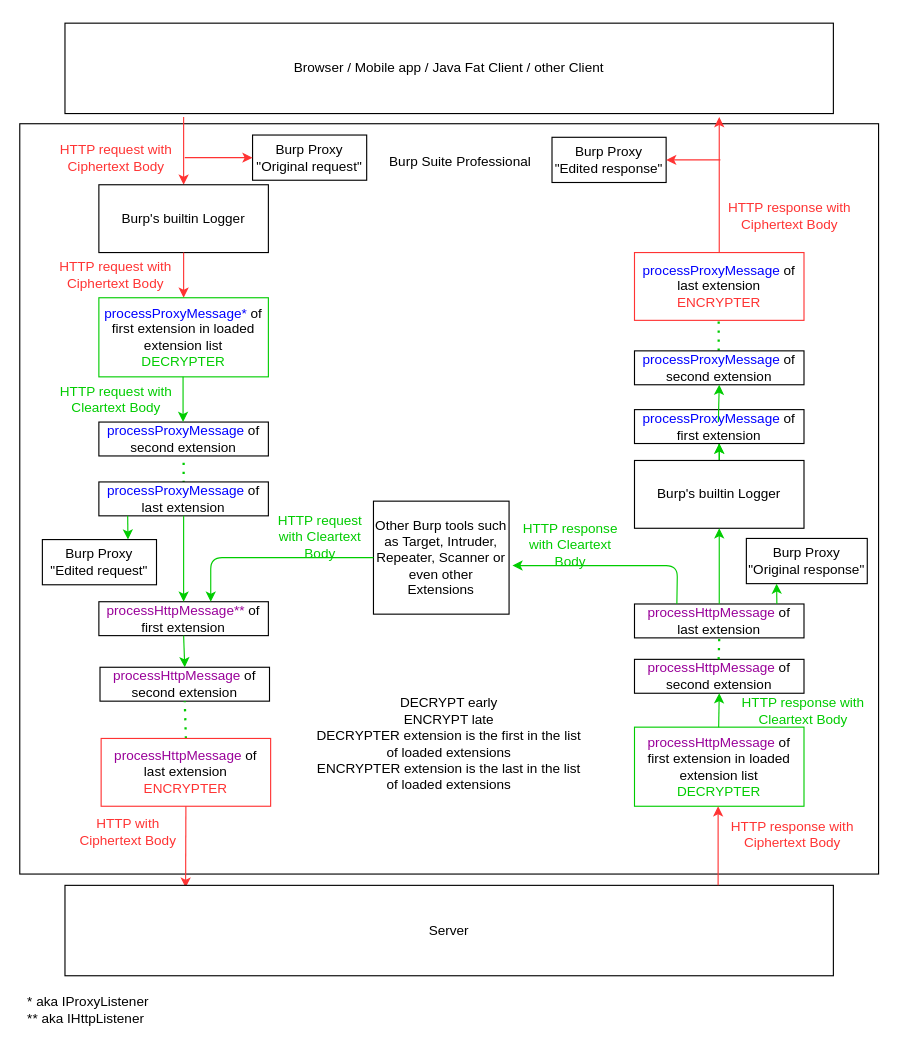
Earlier version of the draw.io diagram burp_processing_diagram.drawio (pentagridsec/PentagridBurpTransportEncoding). Source tidied: cells renumbered, new cells numbered last; positions are measured from the earlier drawing's top-left corner, leaving out a move shared by most shapes. Both pictures are drawn from the tidied source at 113%, with x=0, y=0 at pixel (19, 23).
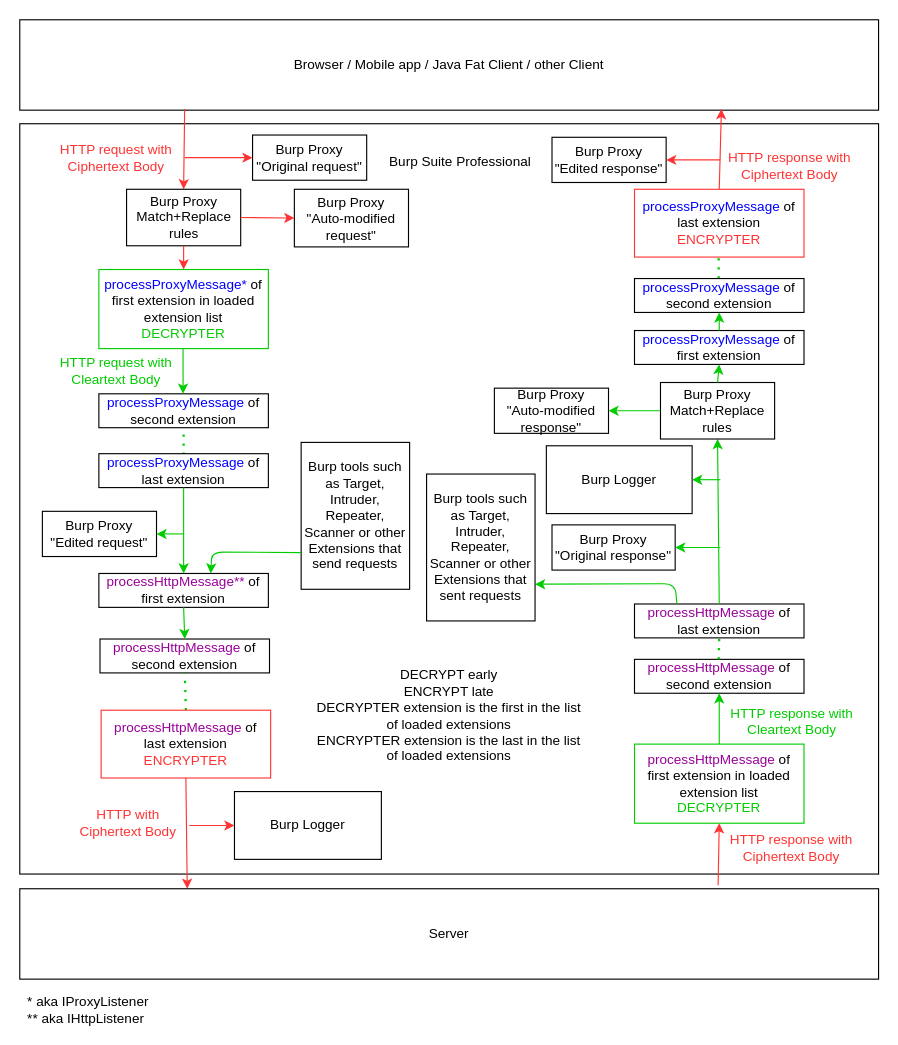
The same diagram, later.

Unchanged cells that the change refers to:
```xml
<mxCell id="31" value="&lt;div&gt;&lt;font color=&quot;#990099&quot;&gt;processHttpMessage&lt;/font&gt; of second extension&lt;br&gt;&lt;/div&gt;" style="rounded=0;whiteSpace=wrap;html=1;" parent="1" vertex="1">
  <mxGeometry x="544" y="563" width="150" height="30" as="geometry" />
</mxCell>
<mxCell id="34" value="&lt;div&gt;&lt;font color=&quot;#990099&quot;&gt;processHttpMessage&lt;/font&gt; of last extension&lt;br&gt;&lt;/div&gt;" style="rounded=0;whiteSpace=wrap;html=1;" parent="1" vertex="1">
  <mxGeometry x="544" y="514" width="150" height="30" as="geometry" />
</mxCell>
```

What changed in the source:
```diff
@@
     <mxCell id="3" value="Browser / Mobile app / Java Fat Client / other Client" style="rounded=0;whiteSpace=wrap;html=1;" parent="1" vertex="1">
-      <mxGeometry x="40" width="680" height="80" as="geometry" />
+      <mxGeometry y="-3" width="760" height="80" as="geometry" />
     </mxCell>
-    <mxCell id="4" style="endArrow=classic;html=1;fillColor=#f8cecc;strokeColor=#FF3333;entryX=0.5;entryY=0;entryDx=0;entryDy=0;" parent="1" edge="1" target="6">
-      <mxGeometry relative="1" as="geometry">
-        <mxPoint x="145" y="83" as="sourcePoint" />
-      </mxGeometry>
+    <mxCell id="4" style="endArrow=classic;html=1;fillColor=#f8cecc;strokeColor=#FF3333;entryX=0.5;entryY=0;entryDx=0;entryDy=0;exitX=0.192;exitY=0.988;exitDx=0;exitDy=0;exitPerimeter=0;" parent="1" edge="1" source="3" target="64">
+      <mxGeometry relative="1" as="geometry" />
     </mxCell>
@@
-    <mxCell id="6" value="Burp's builtin Logger" style="rounded=0;whiteSpace=wrap;html=1;" parent="1" vertex="1">
-      <mxGeometry x="70" y="143" width="150" height="60" as="geometry" />
-    </mxCell>
-    <mxCell id="7" style="endArrow=classic;html=1;fontColor=#FF3333;strokeColor=#FF3333;exitX=0.5;exitY=1;exitDx=0;exitDy=0;entryX=0.5;entryY=0;entryDx=0;entryDy=0;" parent="1" edge="1" source="6" target="8">
-      <mxGeometry relative="1" as="geometry" />
-    </mxCell>
     <mxCell id="8" value="&lt;div&gt;&lt;font color=&quot;#0000FF&quot;&gt;processProxyMessage*&lt;/font&gt; of first extension in loaded extension list&lt;/div&gt;&lt;div&gt;&lt;font color=&quot;#00CC00&quot;&gt;DECRYPTER&lt;/font&gt;&lt;br&gt;&lt;/div&gt;" style="rounded=0;whiteSpace=wrap;html=1;strokeColor=#00CC00;" parent="1" vertex="1">
-      <mxGeometry x="70" y="243" width="150" height="70" as="geometry" />
+      <mxGeometry x="70" y="218" width="150" height="70" as="geometry" />
     </mxCell>
     <mxCell id="9" value="&lt;div&gt;&lt;font color=&quot;#0000FF&quot;&gt;processProxyMessage&lt;/font&gt; of second extension&lt;br&gt;&lt;/div&gt;" style="rounded=0;whiteSpace=wrap;html=1;" parent="1" vertex="1">
-      <mxGeometry x="70" y="353" width="150" height="30" as="geometry" />
+      <mxGeometry x="70" y="328" width="150" height="30" as="geometry" />
     </mxCell>
     <mxCell id="10" value="HTTP request with Cleartext Body" style="text;html=1;strokeColor=none;fillColor=none;align=center;verticalAlign=middle;whiteSpace=wrap;rounded=0;fontColor=#00CC00;" parent="1" vertex="1">
-      <mxGeometry x="30" y="323" width="111" height="20" as="geometry" />
+      <mxGeometry x="30" y="298" width="111" height="20" as="geometry" />
     </mxCell>
     <mxCell id="11" style="endArrow=classic;html=1;exitX=0.5;exitY=1;exitDx=0;exitDy=0;entryX=0.5;entryY=0;entryDx=0;entryDy=0;fontColor=#00CC00;strokeColor=#00CC00;" parent="1" edge="1">
       <mxGeometry relative="1" as="geometry">
-        <mxPoint x="144.5" y="313" as="sourcePoint" />
-        <mxPoint x="144.5" y="353" as="targetPoint" />
+        <mxPoint x="144.5" y="288" as="sourcePoint" />
+        <mxPoint x="144.5" y="328" as="targetPoint" />
       </mxGeometry>
     </mxCell>
     <mxCell id="12" style="endArrow=none;dashed=1;html=1;dashPattern=1 3;strokeWidth=2;fontColor=#00CC00;entryX=0.5;entryY=1;entryDx=0;entryDy=0;strokeColor=#00CC00;" parent="1" edge="1" target="9">
       <mxGeometry relative="1" as="geometry">
-        <mxPoint x="145" y="423" as="sourcePoint" />
+        <mxPoint x="145" y="398" as="sourcePoint" />
       </mxGeometry>
     </mxCell>
     <mxCell id="13" value="&lt;div&gt;&lt;font color=&quot;#0000FF&quot;&gt;processProxyMessage&lt;/font&gt; of last extension&lt;br&gt;&lt;/div&gt;" style="rounded=0;whiteSpace=wrap;html=1;" parent="1" vertex="1">
-      <mxGeometry x="70" y="406" width="150" height="30" as="geometry" />
+      <mxGeometry x="70" y="381" width="150" height="30" as="geometry" />
     </mxCell>
-    <mxCell id="14" value="Other Burp tools such as Target, Intruder, Repeater, Scanner or even other Extensions" style="rounded=0;whiteSpace=wrap;html=1;" parent="1" vertex="1">
-      <mxGeometry x="313" y="423" width="120" height="100" as="geometry" />
+    <mxCell id="14" value="Burp tools such as Target, Intruder, Repeater, Scanner or other Extensions that send requests" style="rounded=0;whiteSpace=wrap;html=1;" parent="1" vertex="1">
+      <mxGeometry x="249" y="371" width="96" height="130" as="geometry" />
     </mxCell>
@@
     <mxCell id="16" value="&lt;div&gt;&lt;font color=&quot;#990099&quot;&gt;processHttpMessage**&lt;/font&gt; of first extension&lt;br&gt;&lt;/div&gt;" style="rounded=0;whiteSpace=wrap;html=1;" parent="1" vertex="1">
-      <mxGeometry x="70" y="512" width="150" height="30" as="geometry" />
+      <mxGeometry x="70" y="487" width="150" height="30" as="geometry" />
     </mxCell>
@@
-    <mxCell id="18" value="HTTP request with Cleartext Body" style="text;html=1;strokeColor=none;fillColor=none;align=center;verticalAlign=middle;whiteSpace=wrap;rounded=0;fontColor=#00CC00;" parent="1" vertex="1">
-      <mxGeometry x="221" y="445" width="90" height="20" as="geometry" />
-    </mxCell>
-    <mxCell id="19" style="endArrow=classic;html=1;fontColor=#000000;strokeColor=#00CC00;entryX=0.66;entryY=0;entryDx=0;entryDy=0;entryPerimeter=0;exitX=0;exitY=0.5;exitDx=0;exitDy=0;" parent="1" edge="1" source="14" target="16">
+    <mxCell id="19" style="endArrow=classic;html=1;fontColor=#000000;strokeColor=#00CC00;entryX=0.66;entryY=0;entryDx=0;entryDy=0;entryPerimeter=0;exitX=0;exitY=0.75;exitDx=0;exitDy=0;" parent="1" edge="1" source="14" target="16">
       <mxGeometry relative="1" as="geometry">
         <Array as="points">
-          <mxPoint x="169" y="473" />
+          <mxPoint x="170" y="468" />
         </Array>
       </mxGeometry>
     </mxCell>
     <mxCell id="20" value="&lt;div&gt;&lt;font color=&quot;#990099&quot;&gt;processHttpMessage&lt;/font&gt; of second extension&lt;br&gt;&lt;/div&gt;" style="rounded=0;whiteSpace=wrap;html=1;" parent="1" vertex="1">
-      <mxGeometry x="71" y="570" width="150" height="30" as="geometry" />
+      <mxGeometry x="71" y="545" width="150" height="30" as="geometry" />
     </mxCell>
@@
     <mxCell id="23" value="&lt;div&gt;&lt;font color=&quot;#990099&quot;&gt;processHttpMessage&lt;/font&gt; of last extension&lt;/div&gt;&lt;div&gt;&lt;font color=&quot;#FF3333&quot;&gt;ENCRYPTER&lt;/font&gt;&lt;br&gt;&lt;/div&gt;" style="rounded=0;whiteSpace=wrap;html=1;strokeColor=#FF3333;" parent="1" vertex="1">
-      <mxGeometry x="72" y="633" width="150" height="60" as="geometry" />
+      <mxGeometry x="72" y="608" width="150" height="60" as="geometry" />
     </mxCell>
     <mxCell id="24" value="HTTP with Ciphertext Body" style="text;html=1;strokeColor=none;fillColor=none;align=center;verticalAlign=middle;whiteSpace=wrap;rounded=0;fontColor=#FF3333;" parent="1" vertex="1">
-      <mxGeometry x="51" y="706" width="90" height="20" as="geometry" />
+      <mxGeometry x="51" y="698" width="90" height="20" as="geometry" />
     </mxCell>
-    <mxCell id="25" style="endArrow=classic;html=1;fontColor=#FF3333;strokeColor=#FF3333;exitX=0.5;exitY=1;exitDx=0;exitDy=0;entryX=0.157;entryY=0.025;entryDx=0;entryDy=0;entryPerimeter=0;" parent="1" edge="1" source="23" target="26">
+    <mxCell id="25" style="endArrow=classic;html=1;fontColor=#FF3333;strokeColor=#FF3333;exitX=0.5;exitY=1;exitDx=0;exitDy=0;entryX=0.195;entryY=0;entryDx=0;entryDy=0;entryPerimeter=0;" parent="1" edge="1" source="23" target="26">
       <mxGeometry relative="1" as="geometry" />
     </mxCell>
     <mxCell id="26" value="Server" style="rounded=0;whiteSpace=wrap;html=1;" parent="1" vertex="1">
-      <mxGeometry x="40" y="763" width="680" height="80" as="geometry" />
+      <mxGeometry y="766" width="760" height="80" as="geometry" />
     </mxCell>
-    <mxCell id="27" value="HTTP request with Ciphertext Body" style="text;html=1;strokeColor=none;fillColor=none;align=center;verticalAlign=middle;whiteSpace=wrap;rounded=0;fontColor=#FF3333;" parent="1" vertex="1">
-      <mxGeometry x="30" y="213" width="110" height="20" as="geometry" />
-    </mxCell>
     <mxCell id="28" value="&lt;div&gt;&lt;font color=&quot;#990099&quot;&gt;processHttpMessage&lt;/font&gt; of first extension in loaded extension list&lt;/div&gt;&lt;div&gt;&lt;font color=&quot;#00CC00&quot;&gt;DECRYPTER&lt;/font&gt;&lt;br&gt;&lt;/div&gt;" style="rounded=0;whiteSpace=wrap;html=1;strokeColor=#00CC00;" parent="1" vertex="1">
-      <mxGeometry x="544" y="623" width="150" height="70" as="geometry" />
+      <mxGeometry x="544" y="638" width="150" height="70" as="geometry" />
     </mxCell>
-    <mxCell id="29" style="endArrow=classic;html=1;fontColor=#FF3333;strokeColor=#FF3333;exitX=0.8;exitY=0;exitDx=0;exitDy=0;exitPerimeter=0;" parent="1" edge="1">
+    <mxCell id="29" style="endArrow=classic;html=1;fontColor=#FF3333;strokeColor=#FF3333;exitX=0.8;exitY=0;exitDx=0;exitDy=0;exitPerimeter=0;entryX=0.5;entryY=1;entryDx=0;entryDy=0;" parent="1" edge="1" target="28">
       <mxGeometry relative="1" as="geometry">
         <mxPoint x="618" y="763" as="sourcePoint" />
-        <mxPoint x="618" y="693" as="targetPoint" />
       </mxGeometry>
     </mxCell>
     <mxCell id="30" value="HTTP response with Ciphertext Body" style="text;html=1;strokeColor=none;fillColor=none;align=center;verticalAlign=middle;whiteSpace=wrap;rounded=0;fontColor=#FF3333;" parent="1" vertex="1">
-      <mxGeometry x="624" y="708" width="120" height="20" as="geometry" />
+      <mxGeometry x="623" y="720" width="120" height="20" as="geometry" />
     </mxCell>
@@
     <mxCell id="32" value="HTTP response with Cleartext Body" style="text;html=1;strokeColor=none;fillColor=none;align=center;verticalAlign=middle;whiteSpace=wrap;rounded=0;fontColor=#00CC00;" parent="1" vertex="1">
-      <mxGeometry x="633" y="599" width="121" height="20" as="geometry" />
+      <mxGeometry x="623" y="608" width="121" height="20" as="geometry" />
     </mxCell>
-    <mxCell id="33" style="endArrow=classic;html=1;exitX=0.5;exitY=1;exitDx=0;exitDy=0;entryX=0.5;entryY=1;entryDx=0;entryDy=0;fontColor=#00CC00;strokeColor=#00CC00;" parent="1" edge="1" target="31">
-      <mxGeometry relative="1" as="geometry">
-        <mxPoint x="618.5" y="623" as="sourcePoint" />
-      </mxGeometry>
+    <mxCell id="33" style="endArrow=classic;html=1;exitX=0.5;exitY=0;exitDx=0;exitDy=0;entryX=0.5;entryY=1;entryDx=0;entryDy=0;fontColor=#00CC00;strokeColor=#00CC00;" parent="1" edge="1" source="28" target="31">
+      <mxGeometry relative="1" as="geometry" />
     </mxCell>
@@
-    <mxCell id="36" value="HTTP response with Cleartext Body" style="text;html=1;strokeColor=none;fillColor=none;align=center;verticalAlign=middle;whiteSpace=wrap;rounded=0;fontColor=#00CC00;" parent="1" vertex="1">
-      <mxGeometry x="444" y="452" width="87" height="20" as="geometry" />
-    </mxCell>
-    <mxCell id="37" style="edgeStyle=orthogonalEdgeStyle;rounded=0;jettySize=auto;html=1;fontColor=#000000;strokeColor=#00CC00;" parent="1" edge="1" source="39" target="42">
-      <mxGeometry relative="1" as="geometry" />
-    </mxCell>
-    <mxCell id="38" style="edgeStyle=orthogonalEdgeStyle;rounded=0;jettySize=auto;html=1;fontColor=#000000;strokeColor=#00CC00;" parent="1" edge="1" source="39" target="42">
-      <mxGeometry relative="1" as="geometry" />
-    </mxCell>
-    <mxCell id="39" value="Burp's builtin Logger" style="rounded=0;whiteSpace=wrap;html=1;" parent="1" vertex="1">
-      <mxGeometry x="544" y="387" width="150" height="60" as="geometry" />
+    <mxCell id="39" value="Burp Logger" style="rounded=0;whiteSpace=wrap;html=1;" parent="1" vertex="1">
+      <mxGeometry x="466" y="374" width="129" height="60" as="geometry" />
     </mxCell>
-    <mxCell id="40" style="endArrow=classic;html=1;exitX=0.5;exitY=0;exitDx=0;exitDy=0;entryX=0.5;entryY=1;entryDx=0;entryDy=0;fontColor=#00CC00;strokeColor=#00CC00;" parent="1" edge="1" source="34" target="39">
+    <mxCell id="40" style="endArrow=classic;html=1;exitX=0.5;exitY=0;exitDx=0;exitDy=0;entryX=0.5;entryY=1;entryDx=0;entryDy=0;fontColor=#00CC00;strokeColor=#00CC00;" parent="1" edge="1" source="34" target="68">
       <mxGeometry relative="1" as="geometry" />
     </mxCell>
-    <mxCell id="41" style="endArrow=classic;html=1;exitX=0.25;exitY=0;exitDx=0;exitDy=0;entryX=1.025;entryY=0.57;entryDx=0;entryDy=0;fontColor=#00CC00;strokeColor=#00CC00;entryPerimeter=0;" parent="1" edge="1" source="34" target="14">
+    <mxCell id="41" style="endArrow=classic;html=1;exitX=0.25;exitY=0;exitDx=0;exitDy=0;entryX=1;entryY=0.75;entryDx=0;entryDy=0;fontColor=#00CC00;strokeColor=#00CC00;" parent="1" edge="1" source="34" target="59">
       <mxGeometry relative="1" as="geometry">
         <Array as="points">
-          <mxPoint x="582" y="480" />
+          <mxPoint x="580" y="496" />
         </Array>
       </mxGeometry>
     </mxCell>
     <mxCell id="42" value="&lt;div&gt;&lt;font color=&quot;#0000FF&quot;&gt;processProxyMessage&lt;/font&gt; of first extension&lt;br&gt;&lt;/div&gt;" style="rounded=0;whiteSpace=wrap;html=1;" parent="1" vertex="1">
-      <mxGeometry x="544" y="342" width="150" height="30" as="geometry" />
+      <mxGeometry x="544" y="272" width="150" height="30" as="geometry" />
     </mxCell>
     <mxCell id="43" style="endArrow=none;dashed=1;html=1;dashPattern=1 3;strokeWidth=2;fontColor=#00CC00;entryX=0.5;entryY=1;entryDx=0;entryDy=0;strokeColor=#00CC00;" parent="1" edge="1">
       <mxGeometry relative="1" as="geometry">
-        <mxPoint x="618.5" y="298" as="sourcePoint" />
-        <mxPoint x="618.5" y="258" as="targetPoint" />
+        <mxPoint x="618.5" y="242" as="sourcePoint" />
+        <mxPoint x="618.5" y="202" as="targetPoint" />
       </mxGeometry>
     </mxCell>
     <mxCell id="44" value="&lt;div&gt;&lt;font color=&quot;#0000FF&quot;&gt;processProxyMessage&lt;/font&gt; of second extension&lt;br&gt;&lt;/div&gt;" style="rounded=0;whiteSpace=wrap;html=1;" parent="1" vertex="1">
-      <mxGeometry x="544" y="290" width="150" height="30" as="geometry" />
+      <mxGeometry x="544" y="226" width="150" height="30" as="geometry" />
     </mxCell>
-    <mxCell id="45" style="endArrow=classic;html=1;exitX=0.5;exitY=0;exitDx=0;exitDy=0;entryX=0.5;entryY=1;entryDx=0;entryDy=0;fontColor=#00CC00;strokeColor=#00CC00;" parent="1" edge="1" target="44">
-      <mxGeometry relative="1" as="geometry">
-        <mxPoint x="618.2" y="353" as="sourcePoint" />
-      </mxGeometry>
+    <mxCell id="45" style="endArrow=classic;html=1;exitX=0.5;exitY=0;exitDx=0;exitDy=0;entryX=0.5;entryY=1;entryDx=0;entryDy=0;fontColor=#00CC00;strokeColor=#00CC00;" parent="1" edge="1" source="42" target="44">
+      <mxGeometry relative="1" as="geometry" />
     </mxCell>
     <mxCell id="46" value="&lt;div&gt;&lt;font color=&quot;#0000FF&quot;&gt;processProxyMessage&lt;/font&gt; of last extension&lt;/div&gt;&lt;div&gt;&lt;font color=&quot;#FF3333&quot;&gt;ENCRYPTER&lt;/font&gt;&lt;br&gt;&lt;/div&gt;" style="rounded=0;whiteSpace=wrap;html=1;strokeColor=#FF3333;" parent="1" vertex="1">
-      <mxGeometry x="544" y="203" width="150" height="60" as="geometry" />
+      <mxGeometry x="544" y="147" width="150" height="60" as="geometry" />
     </mxCell>
     <mxCell id="47" value="HTTP response with Ciphertext Body" style="text;html=1;strokeColor=none;fillColor=none;align=center;verticalAlign=middle;whiteSpace=wrap;rounded=0;fontColor=#FF3333;" parent="1" vertex="1">
-      <mxGeometry x="625.5" y="161" width="111" height="20" as="geometry" />
+      <mxGeometry x="625.5" y="116" width="111" height="20" as="geometry" />
     </mxCell>
-    <mxCell id="48" style="endArrow=classic;html=1;fillColor=#f8cecc;strokeColor=#FF3333;exitX=0.5;exitY=0;exitDx=0;exitDy=0;" parent="1" edge="1" source="46">
-      <mxGeometry relative="1" as="geometry">
-        <mxPoint x="619" y="83" as="targetPoint" />
-      </mxGeometry>
+    <mxCell id="48" style="endArrow=classic;html=1;fillColor=#f8cecc;strokeColor=#FF3333;exitX=0.5;exitY=0;exitDx=0;exitDy=0;entryX=0.817;entryY=0.988;entryDx=0;entryDy=0;entryPerimeter=0;" parent="1" edge="1" source="46" target="3">
+      <mxGeometry relative="1" as="geometry" />
     </mxCell>
     <mxCell id="49" value="&lt;div&gt;DECRYPT early&lt;/div&gt;&lt;div&gt;ENCRYPT late&lt;/div&gt;&lt;div&gt;DECRYPTER extension is the first in the list of loaded extensions&lt;/div&gt;&lt;div&gt;ENCRYPTER extension is the last in the list of loaded extensions&lt;/div&gt;" style="text;html=1;strokeColor=none;fillColor=none;align=center;verticalAlign=middle;whiteSpace=wrap;rounded=0;fontColor=#000000;" parent="1" vertex="1">
-      <mxGeometry x="260" y="603" width="240" height="70" as="geometry" />
+      <mxGeometry x="260" y="578" width="240" height="70" as="geometry" />
     </mxCell>
@@
     <mxCell id="55" value="&lt;div&gt;Burp Proxy &lt;br&gt;&lt;/div&gt;&lt;div&gt;&quot;Edited request&quot;&lt;/div&gt;" style="rounded=0;whiteSpace=wrap;html=1;" parent="1" vertex="1">
-      <mxGeometry x="20" y="457" width="101" height="40" as="geometry" />
+      <mxGeometry x="20" y="432" width="101" height="40" as="geometry" />
     </mxCell>
-    <mxCell id="56" style="endArrow=classic;html=1;exitX=0.5;exitY=1;exitDx=0;exitDy=0;fontColor=#00CC00;strokeColor=#00CC00;entryX=0.75;entryY=0;entryDx=0;entryDy=0;" parent="1" edge="1" target="55">
+    <mxCell id="56" style="endArrow=classic;html=1;fontColor=#00CC00;strokeColor=#00CC00;entryX=1;entryY=0.5;entryDx=0;entryDy=0;" parent="1" edge="1" target="55">
       <mxGeometry relative="1" as="geometry">
-        <mxPoint x="95.5" y="436" as="sourcePoint" />
+        <mxPoint x="145" y="452" as="sourcePoint" />
       </mxGeometry>
     </mxCell>
     <mxCell id="57" value="&lt;div&gt;Burp Proxy &lt;br&gt;&lt;/div&gt;&lt;div&gt;&quot;Original response&quot;&lt;/div&gt;" style="rounded=0;whiteSpace=wrap;html=1;" parent="1" vertex="1">
-      <mxGeometry x="643" y="456" width="107" height="40" as="geometry" />
+      <mxGeometry x="471" y="444" width="109" height="40" as="geometry" />
     </mxCell>
-    <mxCell id="58" style="endArrow=classic;html=1;exitX=0.5;exitY=0;exitDx=0;exitDy=0;fontColor=#00CC00;strokeColor=#00CC00;entryX=0.25;entryY=1;entryDx=0;entryDy=0;" parent="1" edge="1" target="57">
+    <mxCell id="58" style="endArrow=classic;html=1;fontColor=#00CC00;strokeColor=#00CC00;entryX=1;entryY=0.5;entryDx=0;entryDy=0;" parent="1" edge="1" target="57">
       <mxGeometry relative="1" as="geometry">
-        <mxPoint x="670" y="514" as="sourcePoint" />
+        <mxPoint x="620" y="464" as="sourcePoint" />
       </mxGeometry>
     </mxCell>
+    <mxCell id="59" value="Burp tools such as Target, Intruder, Repeater, Scanner or other Extensions that sent requests" style="rounded=0;whiteSpace=wrap;html=1;" parent="1" vertex="1">
+      <mxGeometry x="360" y="399" width="96" height="130" as="geometry" />
+    </mxCell>
+    <mxCell id="60" value="Burp Logger" style="rounded=0;whiteSpace=wrap;html=1;" parent="1" vertex="1">
+      <mxGeometry x="190" y="680" width="130" height="60" as="geometry" />
+    </mxCell>
+    <mxCell id="61" style="endArrow=classic;html=1;fontColor=#FF3333;strokeColor=#FF3333;entryX=0;entryY=0.5;entryDx=0;entryDy=0;" parent="1" edge="1" target="60">
+      <mxGeometry relative="1" as="geometry">
+        <mxPoint x="150" y="710" as="sourcePoint" />
+      </mxGeometry>
+    </mxCell>
+    <mxCell id="62" style="endArrow=classic;html=1;fontColor=#00CC00;strokeColor=#00CC00;entryX=1;entryY=0.5;entryDx=0;entryDy=0;" parent="1" edge="1" target="39">
+      <mxGeometry relative="1" as="geometry">
+        <mxPoint x="620" y="404" as="sourcePoint" />
+      </mxGeometry>
+    </mxCell>
+    <mxCell id="63" value="&lt;div&gt;Burp Proxy &lt;br&gt;&lt;/div&gt;&lt;div&gt;&quot;Auto-modified request&quot;&lt;br&gt;&lt;/div&gt;" style="rounded=0;whiteSpace=wrap;html=1;" parent="1" vertex="1">
+      <mxGeometry x="243" y="147" width="101" height="51" as="geometry" />
+    </mxCell>
+    <mxCell id="64" value="&lt;div&gt;Burp Proxy &lt;br&gt;&lt;/div&gt;&lt;div&gt;Match+Replace rules&lt;br&gt;&lt;/div&gt;" style="rounded=0;whiteSpace=wrap;html=1;" parent="1" vertex="1">
+      <mxGeometry x="94.5" y="147" width="101" height="50" as="geometry" />
+    </mxCell>
+    <mxCell id="65" style="endArrow=classic;html=1;fillColor=#f8cecc;strokeColor=#FF3333;entryX=0.5;entryY=0;entryDx=0;entryDy=0;exitX=0.5;exitY=1;exitDx=0;exitDy=0;" parent="1" edge="1" source="64" target="8">
+      <mxGeometry relative="1" as="geometry" />
+    </mxCell>
+    <mxCell id="66" style="endArrow=classic;html=1;fillColor=#f8cecc;strokeColor=#FF3333;entryX=0;entryY=0.5;entryDx=0;entryDy=0;exitX=1;exitY=0.5;exitDx=0;exitDy=0;" parent="1" edge="1" source="64" target="63">
+      <mxGeometry relative="1" as="geometry" />
+    </mxCell>
+    <mxCell id="67" value="&lt;div&gt;Burp Proxy &lt;br&gt;&lt;/div&gt;&lt;div&gt;&quot;Auto-modified response&quot;&lt;br&gt;&lt;/div&gt;" style="rounded=0;whiteSpace=wrap;html=1;" parent="1" vertex="1">
+      <mxGeometry x="420" y="323" width="101" height="40" as="geometry" />
+    </mxCell>
+    <mxCell id="68" value="&lt;div&gt;Burp Proxy &lt;br&gt;&lt;/div&gt;&lt;div&gt;Match+Replace rules&lt;br&gt;&lt;/div&gt;" style="rounded=0;whiteSpace=wrap;html=1;" parent="1" vertex="1">
+      <mxGeometry x="567" y="318" width="101" height="50" as="geometry" />
+    </mxCell>
+    <mxCell id="69" style="endArrow=classic;html=1;fontColor=#00CC00;strokeColor=#00CC00;entryX=1;entryY=0.5;entryDx=0;entryDy=0;exitX=0;exitY=0.5;exitDx=0;exitDy=0;" parent="1" edge="1" source="68" target="67">
+      <mxGeometry relative="1" as="geometry" />
+    </mxCell>
+    <mxCell id="70" style="endArrow=classic;html=1;exitX=0.5;exitY=0;exitDx=0;exitDy=0;entryX=0.5;entryY=1;entryDx=0;entryDy=0;fontColor=#00CC00;strokeColor=#00CC00;" parent="1" edge="1" source="68" target="42">
+      <mxGeometry relative="1" as="geometry" />
+    </mxCell>
```
